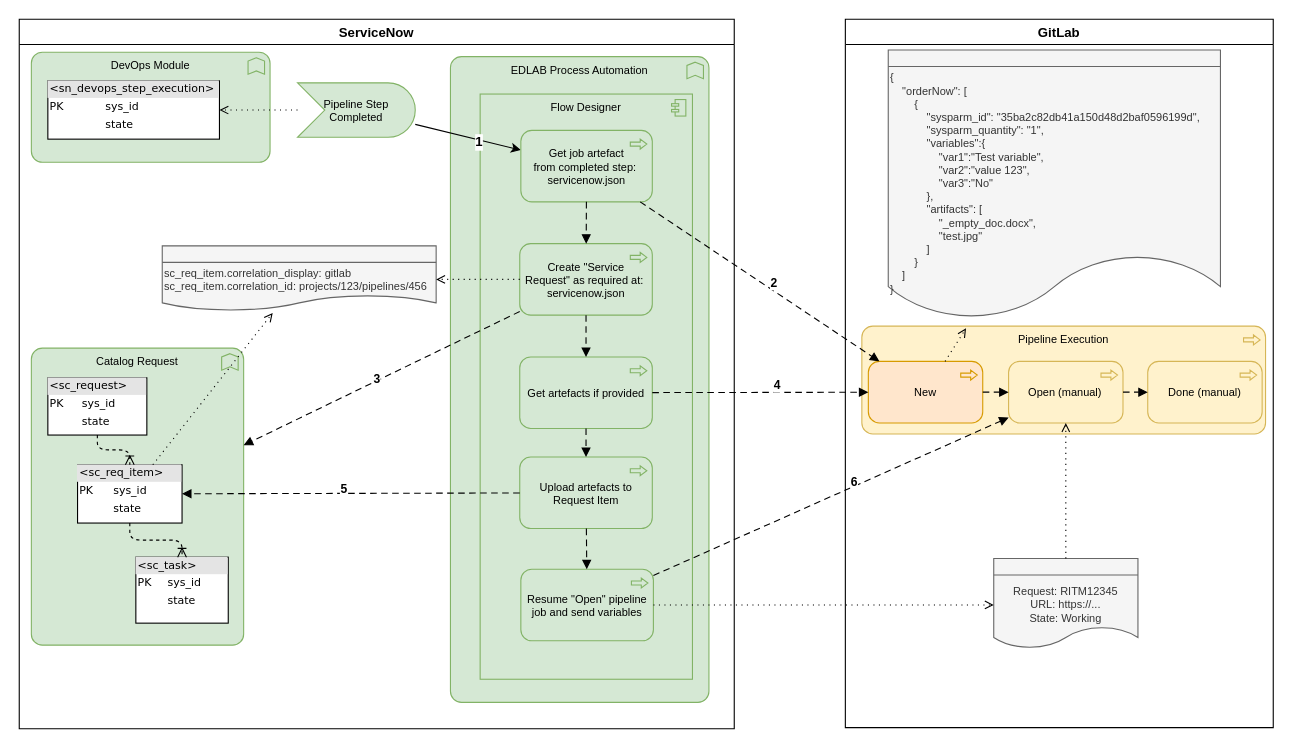
Before: page "Open" (3 of 5) of GitLab2SN.drawio in algimas/tmp, a draw.io diagram. Source tidied: cells renumbered, new cells numbered last; positions are measured from the earlier drawing's top-left corner, leaving out a move shared by most shapes. Both pictures are drawn from the tidied source at 110%, with x=0, y=0 at pixel (19, 19).
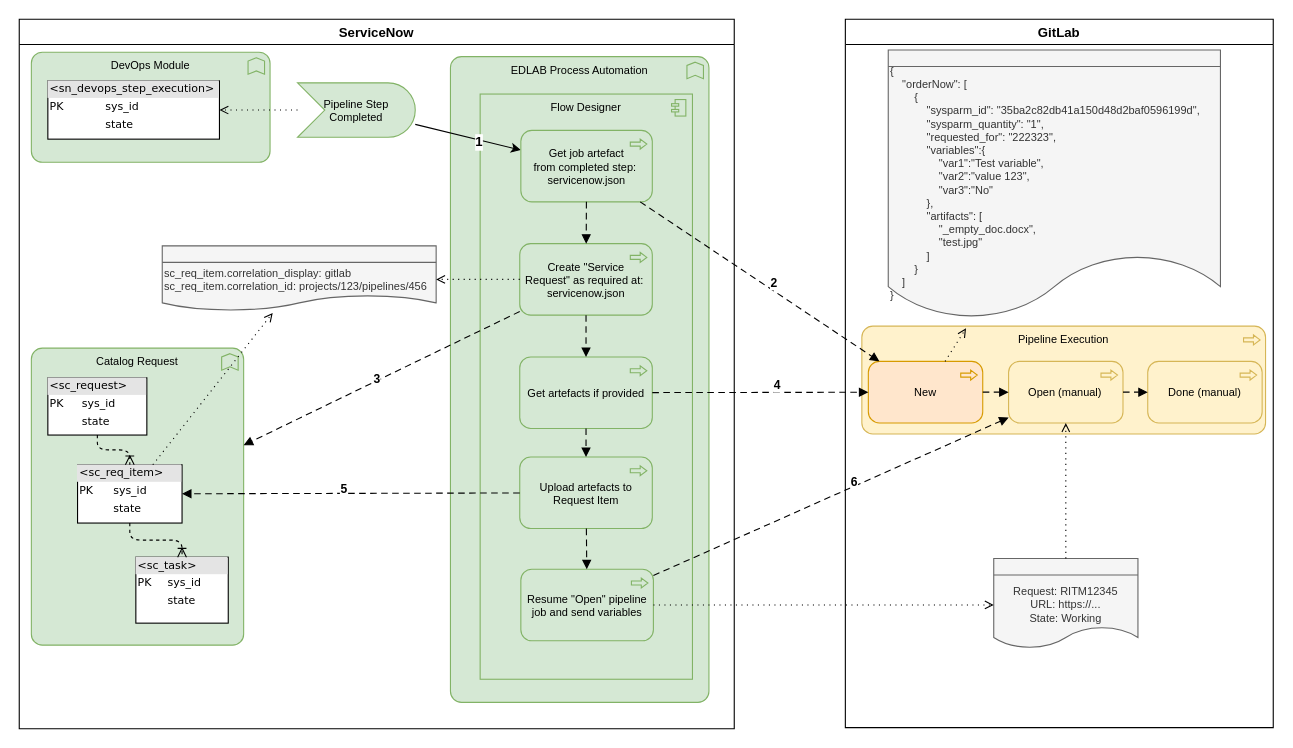
The same diagram, later.

The change refers to these unchanged cells:
```xml
<mxCell id="3" value="GitLab" style="swimlane;" parent="1" vertex="1">
  <mxGeometry x="751" width="389" height="644" as="geometry" />
</mxCell>
```

Change to the diagram source:
```diff
@@
-    <mxCell id="9" value="&lt;div style=&quot;font-size: 10px;&quot;&gt;&lt;div&gt;{&lt;/div&gt;&lt;div&gt;&amp;nbsp; &amp;nbsp; &quot;orderNow&quot;: [&lt;/div&gt;&lt;div&gt;&amp;nbsp; &amp;nbsp; &amp;nbsp; &amp;nbsp; {&lt;/div&gt;&lt;div&gt;&amp;nbsp; &amp;nbsp; &amp;nbsp; &amp;nbsp; &amp;nbsp; &amp;nbsp; &quot;sysparm_id&quot;: &quot;35ba2c82db41a150d48d2baf0596199d&quot;,&amp;nbsp;&lt;/div&gt;&lt;div&gt;&amp;nbsp; &amp;nbsp; &amp;nbsp; &amp;nbsp; &amp;nbsp; &amp;nbsp; &quot;sysparm_quantity&quot;: &quot;1&quot;,&lt;/div&gt;&lt;div&gt;&amp;nbsp; &amp;nbsp; &amp;nbsp; &amp;nbsp; &amp;nbsp; &amp;nbsp; &quot;variables&quot;:{&lt;/div&gt;&lt;div&gt;&amp;nbsp; &amp;nbsp; &amp;nbsp; &amp;nbsp; &amp;nbsp; &amp;nbsp; &amp;nbsp; &amp;nbsp; &quot;var1&quot;:&quot;Test variable&quot;,&lt;/div&gt;&lt;div&gt;&amp;nbsp; &amp;nbsp; &amp;nbsp; &amp;nbsp; &amp;nbsp; &amp;nbsp; &amp;nbsp; &amp;nbsp; &quot;var2&quot;:&quot;value 123&quot;,&lt;/div&gt;&lt;div&gt;&amp;nbsp; &amp;nbsp; &amp;nbsp; &amp;nbsp; &amp;nbsp; &amp;nbsp; &amp;nbsp; &amp;nbsp; &quot;var3&quot;:&quot;No&quot;&lt;/div&gt;&lt;div&gt;&amp;nbsp; &amp;nbsp; &amp;nbsp; &amp;nbsp; &amp;nbsp; &amp;nbsp; },&lt;/div&gt;&lt;div&gt;&amp;nbsp; &amp;nbsp; &amp;nbsp; &amp;nbsp; &amp;nbsp; &amp;nbsp; &quot;artifacts&quot;: [&lt;/div&gt;&lt;div&gt;&amp;nbsp; &amp;nbsp; &amp;nbsp; &amp;nbsp; &amp;nbsp; &amp;nbsp; &amp;nbsp; &amp;nbsp; &quot;_empty_doc.docx&quot;,&lt;/div&gt;&lt;div&gt;&amp;nbsp; &amp;nbsp; &amp;nbsp; &amp;nbsp; &amp;nbsp; &amp;nbsp; &amp;nbsp; &amp;nbsp; &quot;test.jpg&quot;&lt;/div&gt;&lt;div&gt;&amp;nbsp; &amp;nbsp; &amp;nbsp; &amp;nbsp; &amp;nbsp; &amp;nbsp; ]&lt;/div&gt;&lt;div&gt;&amp;nbsp; &amp;nbsp; &amp;nbsp; &amp;nbsp; }&lt;/div&gt;&lt;div&gt;&amp;nbsp; &amp;nbsp; ]&lt;/div&gt;&lt;div&gt;}&lt;/div&gt;&lt;div&gt;&lt;br&gt;&lt;/div&gt;&lt;/div&gt;" style="html=1;outlineConnect=0;whiteSpace=wrap;fillColor=#f5f5f5;shape=mxgraph.archimate3.representation;fontSize=10;align=left;strokeColor=#666666;fontColor=#333333;" parent="3" vertex="1">
+    <mxCell id="9" value="&lt;div style=&quot;font-size: 10px;&quot;&gt;&lt;div&gt;{&lt;/div&gt;&lt;div&gt;&amp;nbsp; &amp;nbsp; &quot;orderNow&quot;: [&lt;/div&gt;&lt;div&gt;&amp;nbsp; &amp;nbsp; &amp;nbsp; &amp;nbsp; {&lt;/div&gt;&lt;div&gt;&amp;nbsp; &amp;nbsp; &amp;nbsp; &amp;nbsp; &amp;nbsp; &amp;nbsp; &quot;sysparm_id&quot;: &quot;35ba2c82db41a150d48d2baf0596199d&quot;,&amp;nbsp;&lt;/div&gt;&lt;div&gt;&amp;nbsp; &amp;nbsp; &amp;nbsp; &amp;nbsp; &amp;nbsp; &amp;nbsp; &quot;sysparm_quantity&quot;: &quot;1&quot;,&lt;/div&gt;&lt;div&gt;&amp;nbsp; &amp;nbsp; &amp;nbsp; &amp;nbsp; &amp;nbsp; &amp;nbsp; &quot;requested_for&quot;: &quot;222323&quot;,&lt;/div&gt;&lt;div&gt;&amp;nbsp; &amp;nbsp; &amp;nbsp; &amp;nbsp; &amp;nbsp; &amp;nbsp; &quot;variables&quot;:{&lt;/div&gt;&lt;div&gt;&amp;nbsp; &amp;nbsp; &amp;nbsp; &amp;nbsp; &amp;nbsp; &amp;nbsp; &amp;nbsp; &amp;nbsp; &quot;var1&quot;:&quot;Test variable&quot;,&lt;/div&gt;&lt;div&gt;&amp;nbsp; &amp;nbsp; &amp;nbsp; &amp;nbsp; &amp;nbsp; &amp;nbsp; &amp;nbsp; &amp;nbsp; &quot;var2&quot;:&quot;value 123&quot;,&lt;/div&gt;&lt;div&gt;&amp;nbsp; &amp;nbsp; &amp;nbsp; &amp;nbsp; &amp;nbsp; &amp;nbsp; &amp;nbsp; &amp;nbsp; &quot;var3&quot;:&quot;No&quot;&lt;/div&gt;&lt;div&gt;&amp;nbsp; &amp;nbsp; &amp;nbsp; &amp;nbsp; &amp;nbsp; &amp;nbsp; },&lt;/div&gt;&lt;div&gt;&amp;nbsp; &amp;nbsp; &amp;nbsp; &amp;nbsp; &amp;nbsp; &amp;nbsp; &quot;artifacts&quot;: [&lt;/div&gt;&lt;div&gt;&amp;nbsp; &amp;nbsp; &amp;nbsp; &amp;nbsp; &amp;nbsp; &amp;nbsp; &amp;nbsp; &amp;nbsp; &quot;_empty_doc.docx&quot;,&lt;/div&gt;&lt;div&gt;&amp;nbsp; &amp;nbsp; &amp;nbsp; &amp;nbsp; &amp;nbsp; &amp;nbsp; &amp;nbsp; &amp;nbsp; &quot;test.jpg&quot;&lt;/div&gt;&lt;div&gt;&amp;nbsp; &amp;nbsp; &amp;nbsp; &amp;nbsp; &amp;nbsp; &amp;nbsp; ]&lt;/div&gt;&lt;div&gt;&amp;nbsp; &amp;nbsp; &amp;nbsp; &amp;nbsp; }&lt;/div&gt;&lt;div&gt;&amp;nbsp; &amp;nbsp; ]&lt;/div&gt;&lt;div&gt;}&lt;/div&gt;&lt;div&gt;&lt;br&gt;&lt;/div&gt;&lt;/div&gt;" style="html=1;outlineConnect=0;whiteSpace=wrap;fillColor=#f5f5f5;shape=mxgraph.archimate3.representation;fontSize=10;align=left;strokeColor=#666666;fontColor=#333333;" parent="3" vertex="1">
       <mxGeometry x="39" y="28" width="302" height="253" as="geometry" />
     </mxCell>
```
